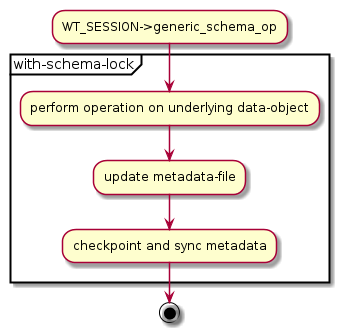
This is src/docs/images/plantuml_gen_img/schema_generic.png from wiredtiger/wiredtiger, a PlantUML export, as it was before one commit.
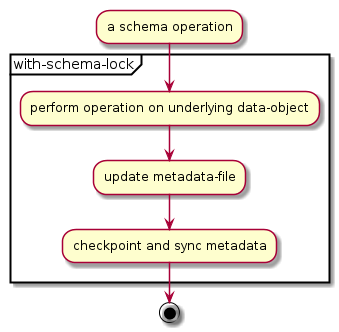
The same file after the commit.

Commit message:
Improve uml

Change to the diagram source:
```diff
@@ -1,5 +1,5 @@
 @startuml{schema_generic.png}
-:WT_SESSION->generic_schema_op;
+:a schema operation;
 partition with-schema-lock {
     :perform operation on underlying data-object;
     :update metadata-file;
```
